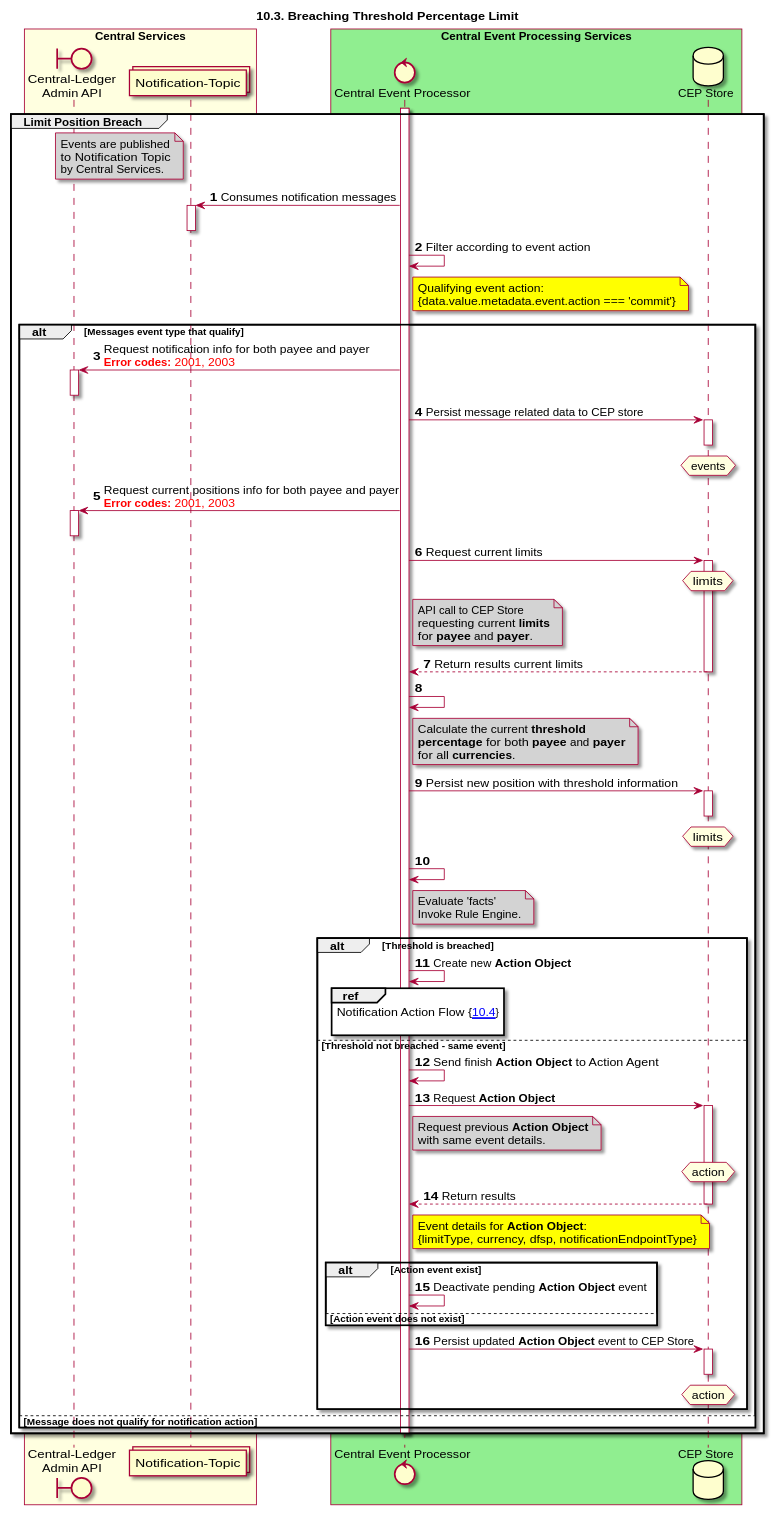
Earlier version of the PlantUML export docs/sequenceDiagrams/seq-cep-10.3.-breaching-threshold-percentage-limit.svg (mojaloop/central-event-processor). Source of this version:
```plantuml
@startuml
title 10.3. Breaching Threshold Percentage Limit
autonumber

collections "Notification-Topic" as topicNotify
boundary "Central-Ledger\nAdmin API" as CLAPI
control "Central Event Processor" as CEP
database "CEP Store" as DB

box "Central Services" #LightYellow
participant CLAPI
participant topicNotify
end box
box "Central Event Processing Services" #LightGreen
participant CEP
participant DB
end box

Group Limit Position Breach
    activate CEP
    note left of topicNotify #LightGrey
        Events are published
        to Notification Topic
        by Central Services.
    end note
    topicNotify <- CEP: Consumes notification messages
    activate topicNotify
    deactivate topicNotify
    CEP -> CEP: Filter according to event action
    note right of CEP #yellow
        Qualifying event action:
        {data.value.metadata.event.action === 'commit'}
    end note

    alt Messages event type that qualify
        CLAPI <- CEP: Request notification info for both payee and payer\n<color #FF0000><b>Error codes:</b> 2001, 2003 </color>
        activate CLAPI
        deactivate CLAPI
        CEP -> DB: Persist message related data to CEP store
        activate DB
        hnote over DB #LightYellow
            events
        end hnote
        deactivate DB
        CLAPI <- CEP: Request current positions info for both payee and payer\n<color #FF0000><b>Error codes:</b> 2001, 2003 </color>
        activate CLAPI
        deactivate CLAPI
        CEP -> DB: Request current limits
        activate DB
        hnote over DB #LightYellow
            limits
        end hnote
        note right of CEP #LightGrey
            API call to CEP Store
            requesting current **limits**
            for **payee** and **payer**.
        end note
        CEP <-- DB: Return results current limits
        deactivate DB
        CEP -> CEP:
        note right of CEP #LightGrey
            Calculate the current **threshold**
            **percentage** for both **payee** and **payer**
            for all **currencies**.
        end note
        CEP -> DB: Persist new position with threshold information
        activate DB
        hnote over DB #LightYellow
            limits
        end hnote
        deactivate DB
        CEP -> CEP
        note right of CEP #LightGrey
            Evaluate 'facts'
            Invoke Rule Engine.
        end note

        alt Threshold is breached
            CEP -> CEP: Create new **Action Object**
            ref over CEP :  Notification Action Flow {[[https://github.com/mojaloop/central-event-processor/tree/master/docs/sequenceDiagrams/seq-cep-10.4-action-flow.svg 10.4]]} \n
        else Threshold not breached - same event
            CEP -> CEP: Send finish **Action Object** to Action Agent
            CEP -> DB: Request **Action Object**
            note right of CEP #LightGrey
                Request previous **Action Object**
                with same event details.
            end note
            activate DB
        hnote over DB #LightYellow
            action
        end hnote
        CEP <-- DB: Return results
        deactivate DB
            note right of CEP #yellow
                Event details for **Action Object**:
                {limitType, currency, dfsp, notificationEndpointType}
            end note
            alt Action event exist
                CEP -> CEP: Deactivate pending **Action Object** event
            else Action event does not exist
            end
        CEP -> DB: Persist updated **Action Object** event to CEP Store
        activate DB
        hnote over DB #LightYellow
            action
        end hnote
        deactivate DB
        end
    else Message does not qualify for notification action
    end
    deactivate CEP
end
@enduml
```
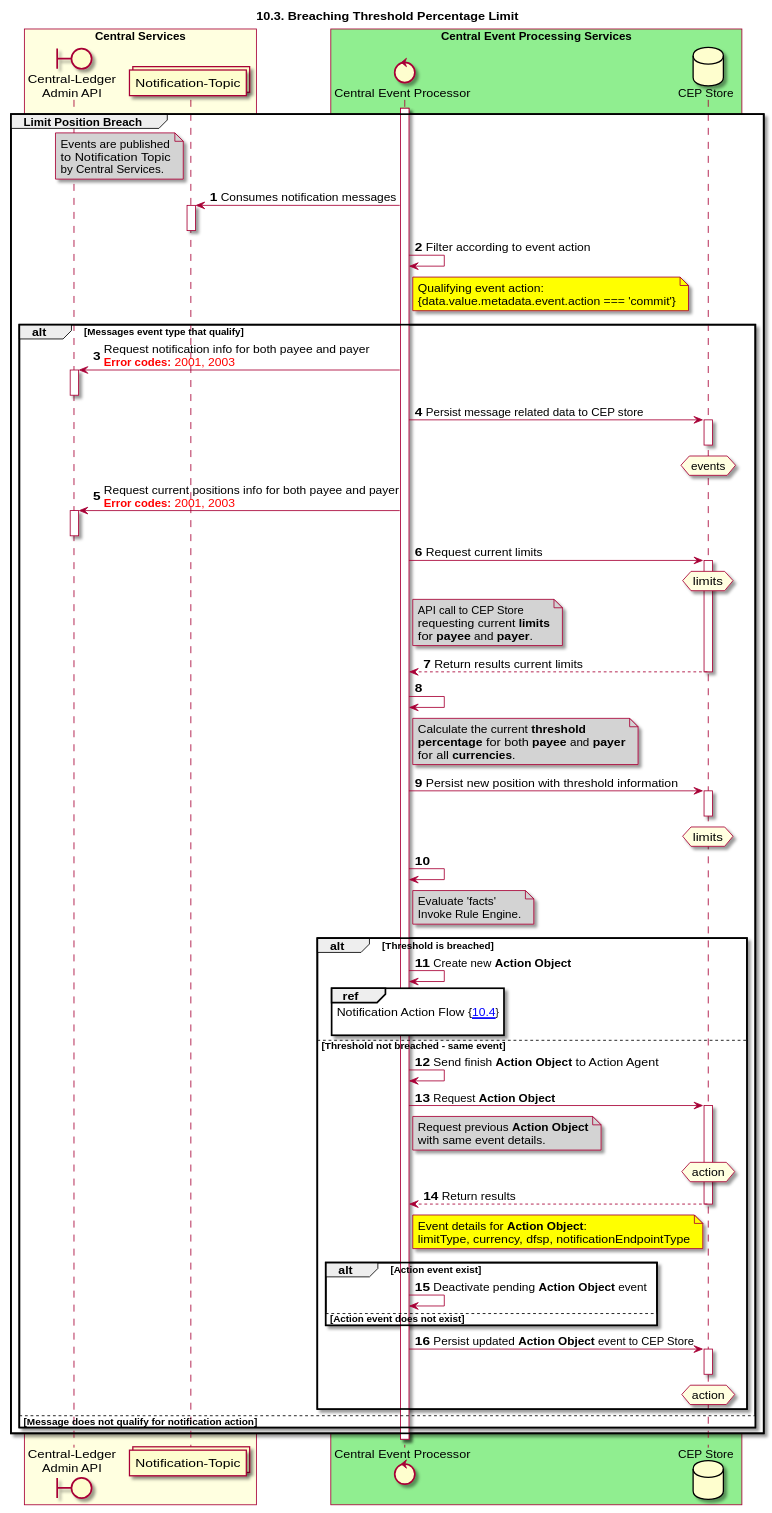
Above is the later version.

Commit message:
Update invalid references by removing {} on line 99.

What changed in the source:
```diff
@@ -93,7 +93,7 @@
         deactivate DB
             note right of CEP #yellow
                 Event details for **Action Object**:
-                {limitType, currency, dfsp, notificationEndpointType}
+                limitType, currency, dfsp, notificationEndpointType
             end note
             alt Action event exist
                 CEP -> CEP: Deactivate pending **Action Object** event
@@ -108,6 +108,6 @@
         end
     else Message does not qualify for notification action
     end
+end
     deactivate CEP
-end
 @enduml
```
